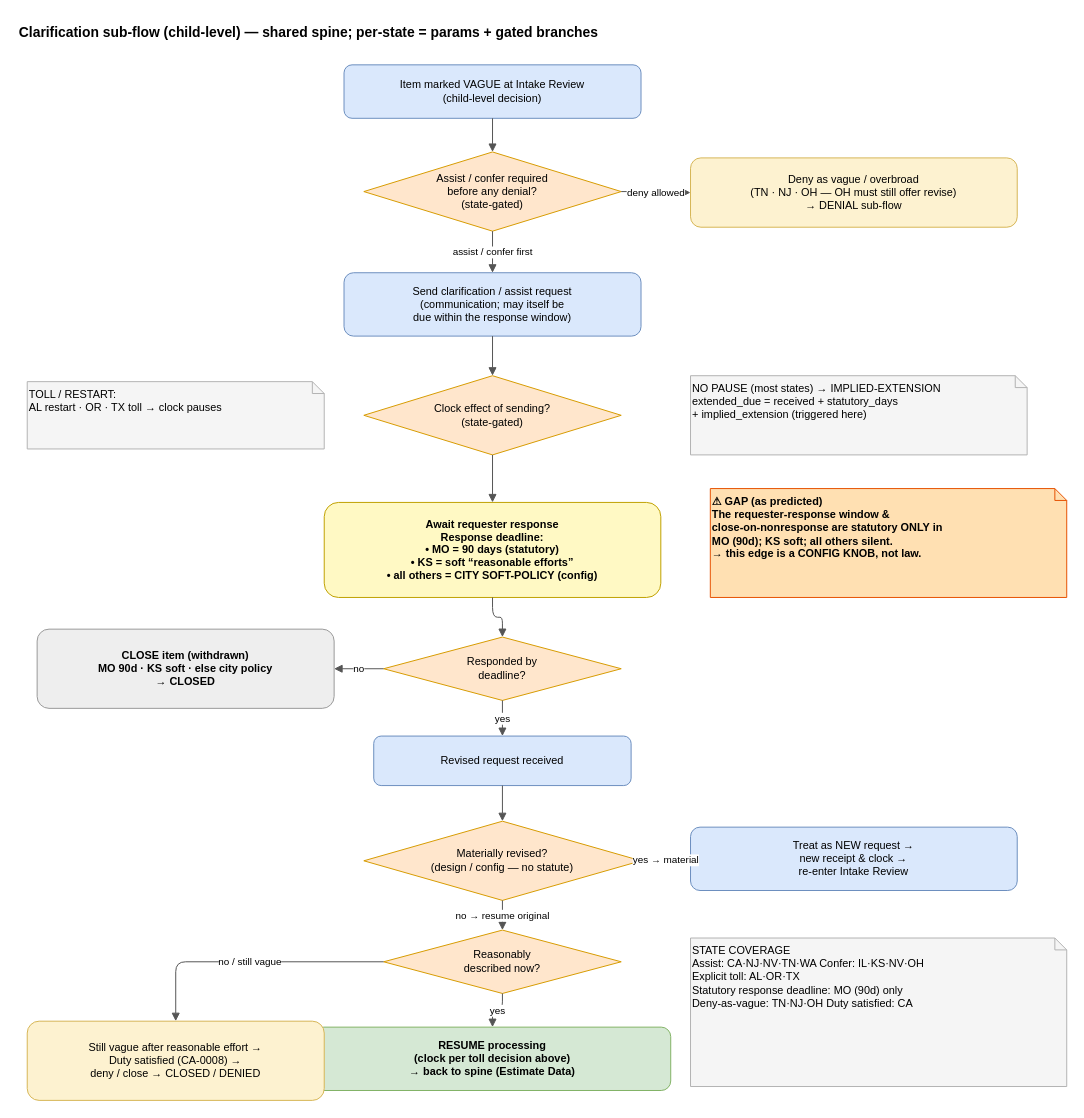
This is page "Clarification" (2 of 4) of docs/rules_research/workflow/request_flow_master_v2.drawio from optimumq-ai/development, a draw.io file, before an edit. Source tidied: cells renumbered, new cells numbered last; positions are measured from the earlier drawing's top-left corner, leaving out a move shared by most shapes. Both pictures are drawn from the tidied source at 99%, with x=0, y=0 at pixel (17, 17).
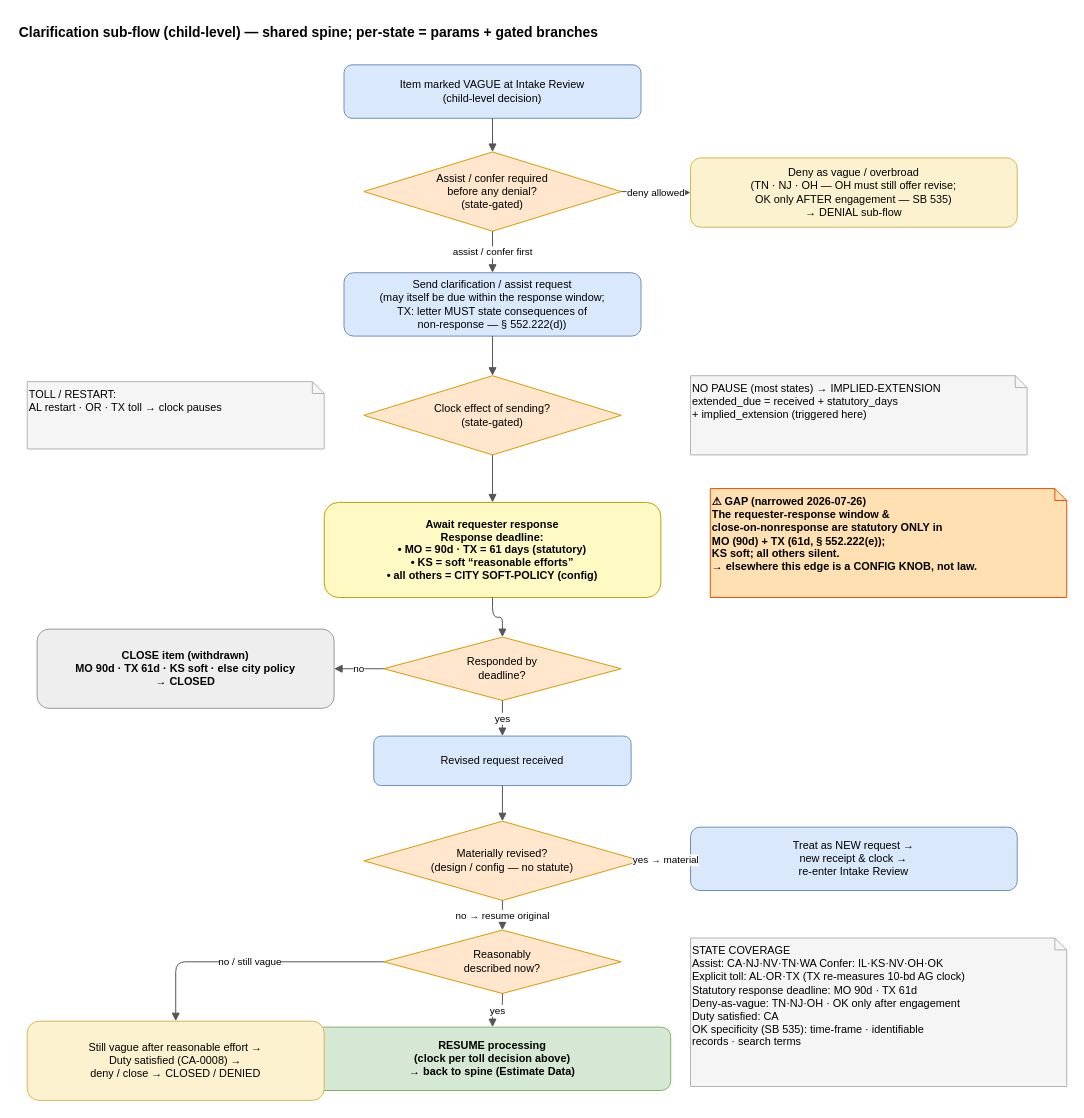
After the change.

Commit message (it also covers changes not shown here):
docs(rules-research): workflow v2.2 — AG-referral band, deemed-disclosure, TX/OK clarification fixes

Change to the diagram source:
```diff
@@
-    <mxCell id="5" value="Deny as vague / overbroad&#10;(TN · NJ · OH — OH must still offer revise)&#10;→ DENIAL sub-flow" style="rounded=1;whiteSpace=wrap;html=1;fillColor=#fdf2d0;strokeColor=#d6b656;fontSize=11;" parent="1" vertex="1">
+    <mxCell id="5" value="Deny as vague / overbroad&#10;(TN · NJ · OH — OH must still offer revise;&#10;OK only AFTER engagement — SB 535)&#10;→ DENIAL sub-flow" style="rounded=1;whiteSpace=wrap;html=1;fillColor=#fdf2d0;strokeColor=#d6b656;fontSize=11;" parent="1" vertex="1">
       <mxGeometry x="680" y="142" width="330" height="70" as="geometry" />
     </mxCell>
-    <mxCell id="6" value="Send clarification / assist request&#10;(communication; may itself be&#10;due within the response window)" style="rounded=1;whiteSpace=wrap;html=1;fillColor=#dae8fc;strokeColor=#6c8ebf;fontSize=11;" parent="1" vertex="1">
+    <mxCell id="6" value="Send clarification / assist request&#10;(may itself be due within the response window;&#10;TX: letter MUST state consequences of&#10;non-response — § 552.222(d))" style="rounded=1;whiteSpace=wrap;html=1;fillColor=#dae8fc;strokeColor=#6c8ebf;fontSize=11;" parent="1" vertex="1">
       <mxGeometry x="330" y="258" width="300" height="64" as="geometry" />
     </mxCell>
@@
-    <mxCell id="10" value="Await requester response&#10;Response deadline:&#10;• MO = 90 days (statutory)&#10;• KS = soft “reasonable efforts”&#10;• all others = CITY SOFT-POLICY (config)" style="rounded=1;whiteSpace=wrap;html=1;fillColor=#fff9c4;strokeColor=#c0a000;fontSize=11;fontStyle=1;" parent="1" vertex="1">
+    <mxCell id="10" value="Await requester response&#10;Response deadline:&#10;• MO = 90d · TX = 61 days (statutory)&#10;• KS = soft “reasonable efforts”&#10;• all others = CITY SOFT-POLICY (config)" style="rounded=1;whiteSpace=wrap;html=1;fillColor=#fff9c4;strokeColor=#c0a000;fontSize=11;fontStyle=1;" parent="1" vertex="1">
       <mxGeometry x="310" y="490" width="340" height="96" as="geometry" />
     </mxCell>
-    <mxCell id="11" value="⚠ GAP (as predicted)&#10;The requester-response window &amp;&#10;close-on-nonresponse are statutory ONLY in&#10;MO (90d); KS soft; all others silent.&#10;→ this edge is a CONFIG KNOB, not law." style="shape=note;size=12;align=left;verticalAlign=top;whiteSpace=wrap;html=1;fillColor=#ffe0b2;strokeColor=#e65100;fontSize=11;fontStyle=1;" parent="1" vertex="1">
+    <mxCell id="11" value="⚠ GAP (narrowed 2026-07-26)&#10;The requester-response window &amp;&#10;close-on-nonresponse are statutory ONLY in&#10;MO (90d) + TX (61d, § 552.222(e));&#10;KS soft; all others silent.&#10;→ elsewhere this edge is a CONFIG KNOB, not law." style="shape=note;size=12;align=left;verticalAlign=top;whiteSpace=wrap;html=1;fillColor=#ffe0b2;strokeColor=#e65100;fontSize=11;fontStyle=1;" parent="1" vertex="1">
       <mxGeometry x="700" y="476" width="360" height="110" as="geometry" />
     </mxCell>
@@
-    <mxCell id="13" value="CLOSE item (withdrawn)&#10;MO 90d · KS soft · else city policy&#10;→ CLOSED" style="rounded=1;whiteSpace=wrap;html=1;fillColor=#eeeeee;strokeColor=#999999;fontSize=11;fontStyle=1;" parent="1" vertex="1">
+    <mxCell id="13" value="CLOSE item (withdrawn)&#10;MO 90d · TX 61d · KS soft · else city policy&#10;→ CLOSED" style="rounded=1;whiteSpace=wrap;html=1;fillColor=#eeeeee;strokeColor=#999999;fontSize=11;fontStyle=1;" parent="1" vertex="1">
       <mxGeometry x="20" y="618" width="300" height="80" as="geometry" />
     </mxCell>
@@
-    <mxCell id="20" value="STATE COVERAGE&#10;Assist: CA·NJ·NV·TN·WA    Confer: IL·KS·NV·OH&#10;Explicit toll: AL·OR·TX&#10;Statutory response deadline: MO (90d) only&#10;Deny-as-vague: TN·NJ·OH    Duty satisfied: CA" style="shape=note;size=12;align=left;verticalAlign=top;whiteSpace=wrap;html=1;fillColor=#f5f5f5;strokeColor=#b3b3b3;fontSize=11;" parent="1" vertex="1">
+    <mxCell id="20" value="STATE COVERAGE&#10;Assist: CA·NJ·NV·TN·WA    Confer: IL·KS·NV·OH·OK&#10;Explicit toll: AL·OR·TX (TX re-measures 10-bd AG clock)&#10;Statutory response deadline: MO 90d · TX 61d&#10;Deny-as-vague: TN·NJ·OH · OK only after engagement&#10;Duty satisfied: CA&#10;OK specificity (SB 535): time-frame · identifiable&#10;records · search terms" style="shape=note;size=12;align=left;verticalAlign=top;whiteSpace=wrap;html=1;fillColor=#f5f5f5;strokeColor=#b3b3b3;fontSize=11;" parent="1" vertex="1">
       <mxGeometry x="680" y="930" width="380" height="150" as="geometry" />
     </mxCell>
```
